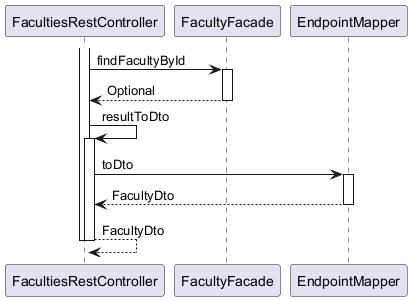
Earlier version of the PlantUML export ingress/documentation/html/images/Organization.Faculty.findById.puml.png.png (OlegSopilnyak/school-demo).
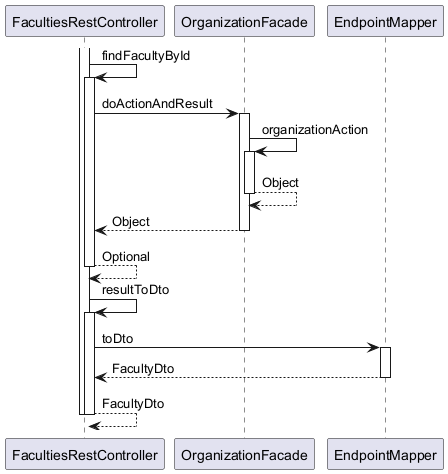
The same file after the commit.

What changed in the source:
```diff
@@ -1,14 +1,22 @@
 @startuml
 
 participant FacultiesRestController
-participant FacultyFacade
+participant OrganizationFacade
 participant EndpointMapper
 
 activate FacultiesRestController
-	FacultiesRestController -> FacultyFacade : findFacultyById
-	activate FacultyFacade
-		FacultyFacade --> FacultiesRestController : Optional
-	deactivate FacultyFacade
+	FacultiesRestController -> FacultiesRestController : findFacultyById
+	activate FacultiesRestController
+		FacultiesRestController -> OrganizationFacade : doActionAndResult
+		activate OrganizationFacade
+			OrganizationFacade -> OrganizationFacade : organizationAction
+			activate OrganizationFacade
+				OrganizationFacade --> OrganizationFacade : Object
+			deactivate OrganizationFacade
+			OrganizationFacade --> FacultiesRestController : Object
+		deactivate OrganizationFacade
+		FacultiesRestController --> FacultiesRestController : Optional
+	deactivate FacultiesRestController
 	FacultiesRestController -> FacultiesRestController : resultToDto
 	activate FacultiesRestController
 		FacultiesRestController -> EndpointMapper : toDto
```
